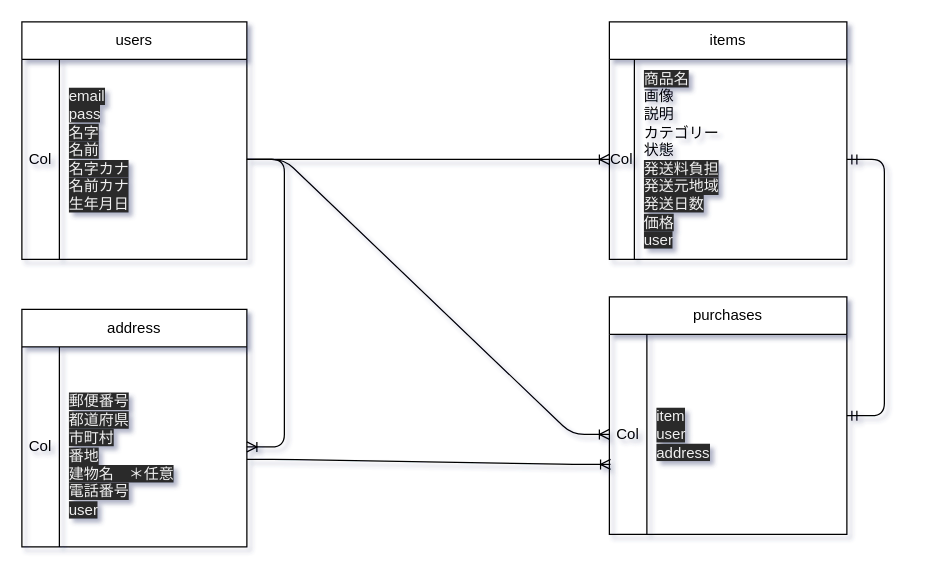
Above: ER.dio in kei-yokoyama/furima-32630 (draw.io), before the change. Source tidied: cells renumbered, new cells numbered last; positions are measured from the earlier drawing's top-left corner, leaving out a move shared by most shapes. Both pictures are drawn from the tidied source at 125%, with x=0, y=0 at pixel (21, 21).
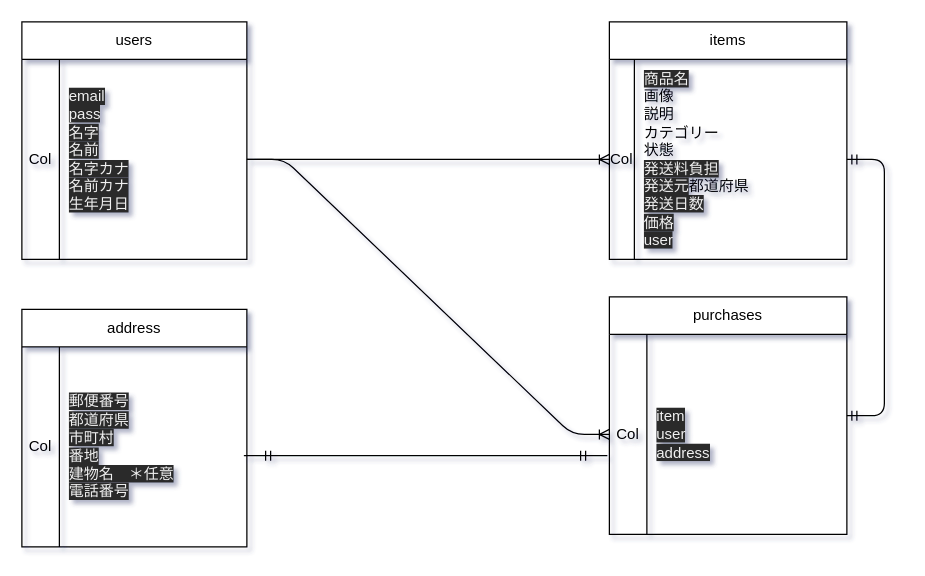
Above is the later version.

Commit message (it also covers changes not shown here):
レビュー１　修正

Unchanged cells that the change refers to:
```xml
<mxCell id="7" style="shape=partialRectangle;html=1;whiteSpace=wrap;fillColor=none;top=0;left=0;bottom=0;right=0;points=[[0,0.5],[1,0.5]];portConstraint=eastwest;" parent="6" vertex="1">
  <mxGeometry y="30" width="190" height="160" as="geometry" />
</mxCell>
<mxCell id="11" style="shape=partialRectangle;html=1;whiteSpace=wrap;fillColor=none;top=0;left=0;bottom=0;right=0;points=[[0,0.5],[1,0.5]];portConstraint=eastwest;" parent="10" vertex="1">
  <mxGeometry y="30" width="190" height="160" as="geometry" />
</mxCell>
<mxCell id="15" style="shape=partialRectangle;html=1;whiteSpace=wrap;fillColor=none;top=0;left=0;bottom=0;right=0;points=[[0,0.5],[1,0.5]];portConstraint=eastwest;" parent="14" vertex="1">
  <mxGeometry y="30" width="180" height="160" as="geometry" />
</mxCell>
```

Diff of the diagram source:
```diff
@@
-    <mxCell id="13" value="&lt;span style=&quot;color: rgb(240 , 240 , 240) ; font-family: &amp;#34;helvetica&amp;#34; ; font-size: 12px ; font-style: normal ; font-weight: 400 ; letter-spacing: normal ; text-indent: 0px ; text-transform: none ; word-spacing: 0px ; background-color: rgb(42 , 42 , 42)&quot;&gt;商品名&lt;br&gt;&lt;/span&gt;画像&lt;br&gt;&lt;span style=&quot;font-family: &amp;#34;helvetica&amp;#34;&quot;&gt;説明&lt;/span&gt;&lt;br&gt;&lt;div&gt;&lt;span&gt;&lt;font face=&quot;helvetica&quot;&gt;カテゴリー&lt;/font&gt;&lt;/span&gt;&lt;/div&gt;&lt;div&gt;&lt;span style=&quot;font-family: &amp;#34;helvetica&amp;#34;&quot;&gt;状態&lt;/span&gt;&lt;br&gt;&lt;/div&gt;&lt;span style=&quot;color: rgb(240 , 240 , 240) ; font-family: &amp;#34;helvetica&amp;#34; ; font-size: 12px ; font-style: normal ; font-weight: 400 ; letter-spacing: normal ; text-indent: 0px ; text-transform: none ; word-spacing: 0px ; background-color: rgb(42 , 42 , 42)&quot;&gt;発送料負担&lt;br&gt;発送元地域&lt;br&gt;発送日数&lt;br&gt;価格&lt;br&gt;user&lt;br&gt;&lt;/span&gt;" style="shape=partialRectangle;html=1;whiteSpace=wrap;fillColor=none;top=0;left=0;bottom=0;right=0;align=left;spacingLeft=6;overflow=hidden;" parent="11" vertex="1">
+    <mxCell id="13" value="&lt;span style=&quot;color: rgb(240 , 240 , 240) ; font-family: &amp;#34;helvetica&amp;#34; ; font-size: 12px ; font-style: normal ; font-weight: 400 ; letter-spacing: normal ; text-indent: 0px ; text-transform: none ; word-spacing: 0px ; background-color: rgb(42 , 42 , 42)&quot;&gt;商品名&lt;br&gt;&lt;/span&gt;画像&lt;br&gt;&lt;span style=&quot;font-family: &amp;#34;helvetica&amp;#34;&quot;&gt;説明&lt;/span&gt;&lt;br&gt;&lt;div&gt;&lt;span&gt;&lt;font face=&quot;helvetica&quot;&gt;カテゴリー&lt;/font&gt;&lt;/span&gt;&lt;/div&gt;&lt;div&gt;&lt;span style=&quot;font-family: &amp;#34;helvetica&amp;#34;&quot;&gt;状態&lt;/span&gt;&lt;br&gt;&lt;/div&gt;&lt;span style=&quot;color: rgb(240 , 240 , 240) ; font-family: &amp;#34;helvetica&amp;#34; ; font-size: 12px ; font-style: normal ; font-weight: 400 ; letter-spacing: normal ; text-indent: 0px ; text-transform: none ; word-spacing: 0px ; background-color: rgb(42 , 42 , 42)&quot;&gt;発送料負担&lt;br&gt;発送元&lt;/span&gt;&lt;span style=&quot;font-family: &amp;#34;helvetica&amp;#34;&quot;&gt;都道府県&lt;/span&gt;&lt;span style=&quot;color: rgb(240 , 240 , 240) ; font-family: &amp;#34;helvetica&amp;#34; ; font-size: 12px ; font-style: normal ; font-weight: 400 ; letter-spacing: normal ; text-indent: 0px ; text-transform: none ; word-spacing: 0px ; background-color: rgb(42 , 42 , 42)&quot;&gt;&lt;br&gt;発送日数&lt;br&gt;価格&lt;br&gt;user&lt;br&gt;&lt;/span&gt;" style="shape=partialRectangle;html=1;whiteSpace=wrap;fillColor=none;top=0;left=0;bottom=0;right=0;align=left;spacingLeft=6;overflow=hidden;" parent="11" vertex="1">
       <mxGeometry x="20" width="170" height="160" as="geometry" />
     </mxCell>
@@
-    <mxCell id="17" value="&lt;span style=&quot;color: rgb(240 , 240 , 240) ; font-family: &amp;#34;helvetica&amp;#34; ; font-size: 12px ; font-style: normal ; font-weight: 400 ; letter-spacing: normal ; text-indent: 0px ; text-transform: none ; word-spacing: 0px ; background-color: rgb(42 , 42 , 42)&quot;&gt;&lt;br&gt;郵便番号&lt;br&gt;都道府県&lt;br&gt;市町村&lt;br&gt;番地&lt;br&gt;建物名　＊任意&lt;br&gt;電話番号&lt;br&gt;user&lt;br&gt;&lt;/span&gt;" style="shape=partialRectangle;html=1;whiteSpace=wrap;fillColor=none;top=0;left=0;bottom=0;right=0;align=left;spacingLeft=6;overflow=hidden;" parent="15" vertex="1">
+    <mxCell id="17" value="&lt;span style=&quot;color: rgb(240 , 240 , 240) ; font-family: &amp;#34;helvetica&amp;#34; ; font-size: 12px ; font-style: normal ; font-weight: 400 ; letter-spacing: normal ; text-indent: 0px ; text-transform: none ; word-spacing: 0px ; background-color: rgb(42 , 42 , 42)&quot;&gt;&lt;br&gt;郵便番号&lt;br&gt;都道府県&lt;br&gt;市町村&lt;br&gt;番地&lt;br&gt;建物名　＊任意&lt;br&gt;電話番号&lt;br&gt;&lt;br&gt;&lt;/span&gt;" style="shape=partialRectangle;html=1;whiteSpace=wrap;fillColor=none;top=0;left=0;bottom=0;right=0;align=left;spacingLeft=6;overflow=hidden;" parent="15" vertex="1">
       <mxGeometry x="30" width="150" height="160" as="geometry" />
     </mxCell>
@@
-    <mxCell id="21" style="edgeStyle=entityRelationEdgeStyle;fontSize=12;html=1;endArrow=ERoneToMany;entryX=1;entryY=0.5;entryDx=0;entryDy=0;" parent="1" edge="1" target="15">
-      <mxGeometry relative="1" as="geometry">
-        <mxPoint x="180" y="110" as="sourcePoint" />
-      </mxGeometry>
-    </mxCell>
-    <mxCell id="22" style="edgeStyle=entityRelationEdgeStyle;fontSize=12;html=1;endArrow=ERoneToMany;entryX=0.005;entryY=0.65;entryDx=0;entryDy=0;entryPerimeter=0;" parent="1" edge="1" target="7">
-      <mxGeometry relative="1" as="geometry">
-        <mxPoint x="180" y="350" as="sourcePoint" />
-      </mxGeometry>
-    </mxCell>
+    <mxCell id="23" style="edgeStyle=entityRelationEdgeStyle;fontSize=12;html=1;endArrow=ERmandOne;startArrow=ERmandOne;" parent="1" edge="1">
+      <mxGeometry relative="1" as="geometry">
+        <mxPoint x="443" y="347" as="sourcePoint" />
+        <mxPoint x="203" y="347" as="targetPoint" />
+      </mxGeometry>
+    </mxCell>
```
